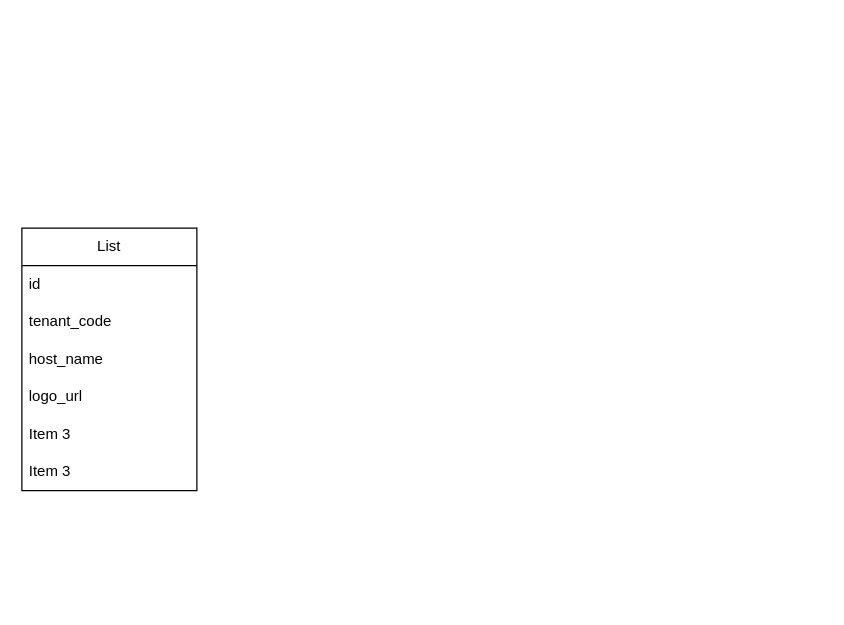
Earlier version of the draw.io diagram csdlstudy.drawio (vuongnd03/black-had). Source tidied: cells renumbered, new cells numbered last; positions are measured from the earlier drawing's top-left corner, leaving out a move shared by most shapes. Both pictures are drawn from the tidied source at 125%, with x=0, y=0 at pixel (21, 228).
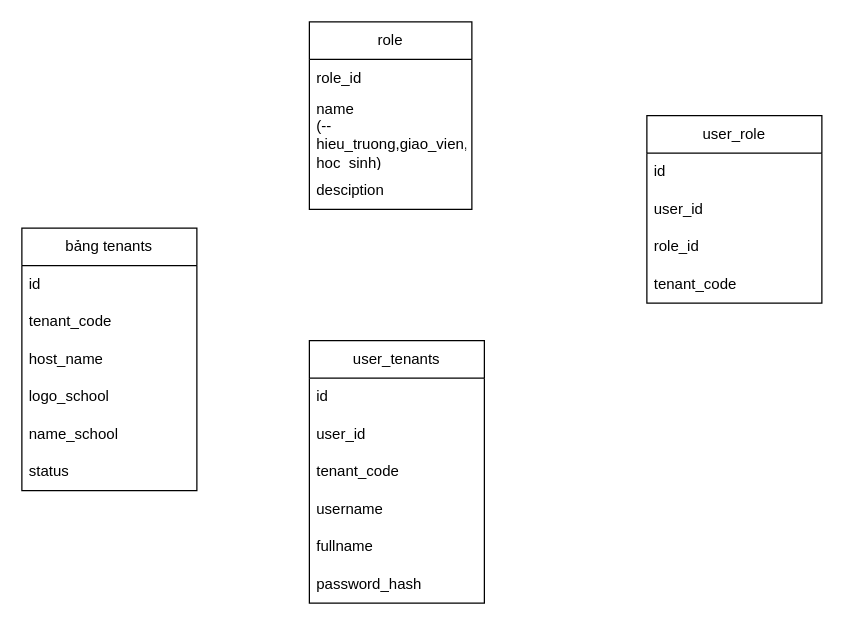
The same diagram, later.

What changed in the source:
```diff
@@
-    <mxCell id="2" value="List" style="swimlane;fontStyle=0;horizontal=1;startSize=30;whiteSpace=wrap;html=1;" parent="1" vertex="1">
+    <mxCell id="2" value="bảng tenants" style="swimlane;fontStyle=0;horizontal=1;startSize=30;whiteSpace=wrap;html=1;" parent="1" vertex="1">
       <mxGeometry width="140" height="210" as="geometry" />
     </mxCell>
@@
-    <mxCell id="6" value="logo_url" style="text;strokeColor=none;fillColor=none;align=left;verticalAlign=middle;spacingLeft=4;spacingRight=4;overflow=hidden;whiteSpace=wrap;html=1;" parent="2" vertex="1">
+    <mxCell id="6" value="logo_school" style="text;strokeColor=none;fillColor=none;align=left;verticalAlign=middle;spacingLeft=4;spacingRight=4;overflow=hidden;whiteSpace=wrap;html=1;" parent="2" vertex="1">
       <mxGeometry y="120" width="140" height="30" as="geometry" />
     </mxCell>
-    <mxCell id="7" value="Item 3" style="text;strokeColor=none;fillColor=none;align=left;verticalAlign=middle;spacingLeft=4;spacingRight=4;overflow=hidden;whiteSpace=wrap;html=1;" parent="2" vertex="1">
+    <mxCell id="7" value="name_school" style="text;strokeColor=none;fillColor=none;align=left;verticalAlign=middle;spacingLeft=4;spacingRight=4;overflow=hidden;whiteSpace=wrap;html=1;" parent="2" vertex="1">
       <mxGeometry y="150" width="140" height="30" as="geometry" />
     </mxCell>
-    <mxCell id="8" value="Item 3" style="text;strokeColor=none;fillColor=none;align=left;verticalAlign=middle;spacingLeft=4;spacingRight=4;overflow=hidden;whiteSpace=wrap;html=1;" parent="2" vertex="1">
+    <mxCell id="8" value="status" style="text;strokeColor=none;fillColor=none;align=left;verticalAlign=middle;spacingLeft=4;spacingRight=4;overflow=hidden;whiteSpace=wrap;html=1;" parent="2" vertex="1">
       <mxGeometry y="180" width="140" height="30" as="geometry" />
     </mxCell>
+    <mxCell id="9" value="role" style="swimlane;fontStyle=0;horizontal=1;startSize=30;whiteSpace=wrap;html=1;" parent="1" vertex="1">
+      <mxGeometry x="230" y="-165" width="130" height="150" as="geometry" />
+    </mxCell>
+    <mxCell id="10" value="role_id" style="text;strokeColor=none;fillColor=none;align=left;verticalAlign=middle;spacingLeft=4;spacingRight=4;overflow=hidden;whiteSpace=wrap;html=1;" parent="9" vertex="1">
+      <mxGeometry y="30" width="130" height="30" as="geometry" />
+    </mxCell>
+    <mxCell id="11" value="name &lt;br&gt;(-- hieu_truong,giao_vien, hoc_sinh)" style="text;strokeColor=none;fillColor=none;align=left;verticalAlign=middle;spacingLeft=4;spacingRight=4;overflow=hidden;whiteSpace=wrap;html=1;" parent="9" vertex="1">
+      <mxGeometry y="60" width="130" height="60" as="geometry" />
+    </mxCell>
+    <mxCell id="12" value="desciption" style="text;strokeColor=none;fillColor=none;align=left;verticalAlign=middle;spacingLeft=4;spacingRight=4;overflow=hidden;whiteSpace=wrap;html=1;" parent="9" vertex="1">
+      <mxGeometry y="120" width="130" height="30" as="geometry" />
+    </mxCell>
+    <mxCell id="13" value="user_tenants" style="swimlane;fontStyle=0;horizontal=1;startSize=30;whiteSpace=wrap;html=1;" parent="1" vertex="1">
+      <mxGeometry x="230" y="90" width="140" height="210" as="geometry" />
+    </mxCell>
+    <mxCell id="14" value="id" style="text;strokeColor=none;fillColor=none;align=left;verticalAlign=middle;spacingLeft=4;spacingRight=4;overflow=hidden;whiteSpace=wrap;html=1;" parent="13" vertex="1">
+      <mxGeometry y="30" width="140" height="30" as="geometry" />
+    </mxCell>
+    <mxCell id="15" value="user_id" style="text;strokeColor=none;fillColor=none;align=left;verticalAlign=middle;spacingLeft=4;spacingRight=4;overflow=hidden;whiteSpace=wrap;html=1;" parent="13" vertex="1">
+      <mxGeometry y="60" width="140" height="30" as="geometry" />
+    </mxCell>
+    <mxCell id="16" value="tenant_code" style="text;strokeColor=none;fillColor=none;align=left;verticalAlign=middle;spacingLeft=4;spacingRight=4;overflow=hidden;whiteSpace=wrap;html=1;" parent="13" vertex="1">
+      <mxGeometry y="90" width="140" height="30" as="geometry" />
+    </mxCell>
+    <mxCell id="17" value="username" style="text;strokeColor=none;fillColor=none;align=left;verticalAlign=middle;spacingLeft=4;spacingRight=4;overflow=hidden;whiteSpace=wrap;html=1;" parent="13" vertex="1">
+      <mxGeometry y="120" width="140" height="30" as="geometry" />
+    </mxCell>
+    <mxCell id="18" value="fullname" style="text;strokeColor=none;fillColor=none;align=left;verticalAlign=middle;spacingLeft=4;spacingRight=4;overflow=hidden;whiteSpace=wrap;html=1;" parent="13" vertex="1">
+      <mxGeometry y="150" width="140" height="30" as="geometry" />
+    </mxCell>
+    <mxCell id="19" value="password_hash" style="text;strokeColor=none;fillColor=none;align=left;verticalAlign=middle;spacingLeft=4;spacingRight=4;overflow=hidden;whiteSpace=wrap;html=1;" parent="13" vertex="1">
+      <mxGeometry y="180" width="140" height="30" as="geometry" />
+    </mxCell>
+    <mxCell id="20" value="user_role" style="swimlane;fontStyle=0;horizontal=1;startSize=30;whiteSpace=wrap;html=1;" parent="1" vertex="1">
+      <mxGeometry x="500" y="-90" width="140" height="150" as="geometry" />
+    </mxCell>
+    <mxCell id="21" value="id" style="text;strokeColor=none;fillColor=none;align=left;verticalAlign=middle;spacingLeft=4;spacingRight=4;overflow=hidden;whiteSpace=wrap;html=1;" parent="20" vertex="1">
+      <mxGeometry y="30" width="140" height="30" as="geometry" />
+    </mxCell>
+    <mxCell id="22" value="user_id" style="text;strokeColor=none;fillColor=none;align=left;verticalAlign=middle;spacingLeft=4;spacingRight=4;overflow=hidden;whiteSpace=wrap;html=1;" parent="20" vertex="1">
+      <mxGeometry y="60" width="140" height="30" as="geometry" />
+    </mxCell>
+    <mxCell id="23" value="role_id" style="text;strokeColor=none;fillColor=none;align=left;verticalAlign=middle;spacingLeft=4;spacingRight=4;overflow=hidden;whiteSpace=wrap;html=1;" parent="20" vertex="1">
+      <mxGeometry y="90" width="140" height="30" as="geometry" />
+    </mxCell>
+    <mxCell id="24" value="tenant_code" style="text;strokeColor=none;fillColor=none;align=left;verticalAlign=middle;spacingLeft=4;spacingRight=4;overflow=hidden;whiteSpace=wrap;html=1;" parent="20" vertex="1">
+      <mxGeometry y="120" width="140" height="30" as="geometry" />
+    </mxCell>
```
